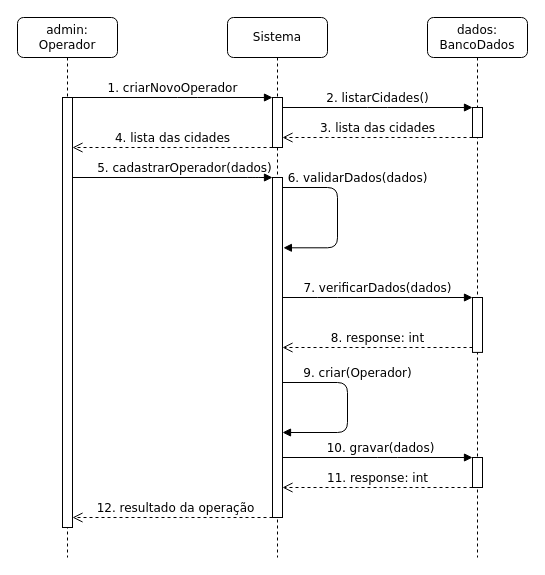
LuizGustavoNascimeto/draw.io keeps this draw.io diagram as page "Consultar Histórico Gestante" (2 of 6) of diagrama de sequencia do sistema.drawio. Above is the earlier version. Source tidied: cells renumbered, new cells numbered last; positions are measured from the earlier drawing's top-left corner, leaving out a move shared by most shapes. Both pictures are drawn from the tidied source at 100%, with x=0, y=0 at pixel (17, 17).
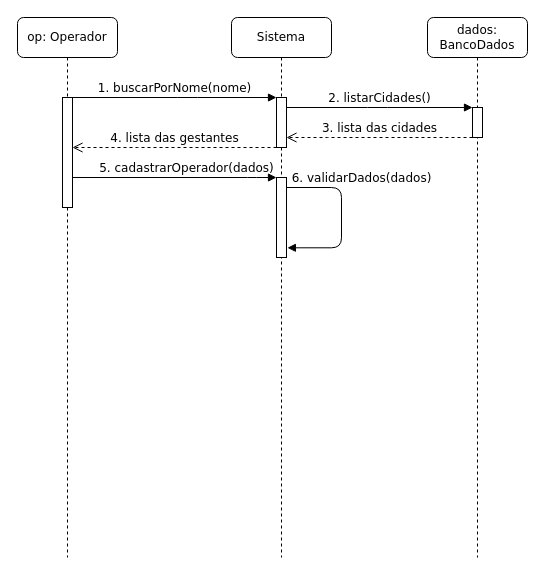
After the change.

The change refers to these unchanged cells:
```xml
<mxCell id="7" style="html=1;points=[];perimeter=orthogonalPerimeter;rounded=0;shadow=0;comic=0;labelBackgroundColor=none;strokeWidth=1;fontFamily=Verdana;fontSize=12;align=center;" parent="6" vertex="1">
  <mxGeometry x="45" y="80" width="10" height="50" as="geometry" />
</mxCell>
<mxCell id="12" value="dados: BancoDados" style="shape=umlLifeline;perimeter=lifelinePerimeter;whiteSpace=wrap;html=1;rounded=1;shadow=0;comic=0;labelBackgroundColor=none;strokeWidth=1;fontFamily=Verdana;fontSize=12;align=center;" parent="1" vertex="1">
  <mxGeometry x="410" width="100" height="540" as="geometry" />
</mxCell>
```

The edit, as a diff of the source:
```diff
@@
-    <mxCell id="3" value="admin: Operador" style="shape=umlLifeline;perimeter=lifelinePerimeter;whiteSpace=wrap;html=1;rounded=1;shadow=0;comic=0;labelBackgroundColor=none;strokeWidth=1;fontFamily=Verdana;fontSize=12;align=center;" parent="1" vertex="1">
+    <mxCell id="3" value="op: Operador" style="shape=umlLifeline;perimeter=lifelinePerimeter;whiteSpace=wrap;html=1;rounded=1;shadow=0;comic=0;labelBackgroundColor=none;strokeWidth=1;fontFamily=Verdana;fontSize=12;align=center;" parent="1" vertex="1">
       <mxGeometry width="100" height="540" as="geometry" />
     </mxCell>
     <mxCell id="4" style="html=1;points=[];perimeter=orthogonalPerimeter;rounded=0;shadow=0;comic=0;labelBackgroundColor=none;strokeWidth=1;fontFamily=Verdana;fontSize=12;align=center;" parent="3" vertex="1">
-      <mxGeometry x="45" y="80" width="10" height="430" as="geometry" />
+      <mxGeometry x="45" y="80" width="10" height="110" as="geometry" />
     </mxCell>
-    <mxCell id="5" value="&lt;div&gt;1. criarNovoOperador&lt;/div&gt;" style="html=1;verticalAlign=bottom;endArrow=block;labelBackgroundColor=none;fontFamily=Verdana;fontSize=12;edgeStyle=elbowEdgeStyle;elbow=vertical;" parent="1" edge="1" source="4" target="7">
+    <mxCell id="5" value="&lt;div&gt;1. buscarPorNome(nome)&lt;br&gt;&lt;/div&gt;" style="html=1;verticalAlign=bottom;endArrow=block;labelBackgroundColor=none;fontFamily=Verdana;fontSize=12;edgeStyle=elbowEdgeStyle;elbow=vertical;" parent="1" edge="1" source="4" target="7">
       <mxGeometry relative="1" as="geometry">
         <Array as="points">
           <mxPoint x="170" y="80" />
         </Array>
       </mxGeometry>
     </mxCell>
     <mxCell id="6" value="Sistema" style="shape=umlLifeline;perimeter=lifelinePerimeter;whiteSpace=wrap;html=1;rounded=1;shadow=0;comic=0;labelBackgroundColor=none;strokeWidth=1;fontFamily=Verdana;fontSize=12;align=center;" parent="1" vertex="1">
-      <mxGeometry x="210" width="100" height="540" as="geometry" />
+      <mxGeometry x="214" width="100" height="540" as="geometry" />
     </mxCell>
@@
     <mxCell id="8" style="html=1;points=[];perimeter=orthogonalPerimeter;rounded=0;shadow=0;comic=0;labelBackgroundColor=none;strokeWidth=1;fontFamily=Verdana;fontSize=12;align=center;" parent="6" vertex="1">
-      <mxGeometry x="45" y="160" width="10" height="340" as="geometry" />
+      <mxGeometry x="45" y="160" width="10" height="80" as="geometry" />
     </mxCell>
@@
-    <mxCell id="10" value="9. criar(Operador)" style="html=1;verticalAlign=bottom;endArrow=block;labelBackgroundColor=none;fontFamily=Verdana;fontSize=12;edgeStyle=elbowEdgeStyle;elbow=horizontal;" parent="6" edge="1">
-      <mxGeometry x="-0.28" y="10" relative="1" as="geometry">
-        <mxPoint x="55" y="365" as="sourcePoint" />
-        <mxPoint x="55" y="415" as="targetPoint" />
-        <Array as="points">
-          <mxPoint x="120" y="370" />
-        </Array>
-      </mxGeometry>
-    </mxCell>
-    <mxCell id="11" value="8. response: int" style="html=1;verticalAlign=bottom;endArrow=open;dashed=1;endSize=8;labelBackgroundColor=none;fontFamily=Verdana;fontSize=12;edgeStyle=elbowEdgeStyle;elbow=horizontal;" parent="1" edge="1" source="13" target="8">
-      <mxGeometry relative="1" as="geometry">
-        <Array as="points">
-          <mxPoint x="340" y="330" />
-        </Array>
-      </mxGeometry>
-    </mxCell>
@@
-    <mxCell id="13" style="html=1;points=[];perimeter=orthogonalPerimeter;rounded=0;shadow=0;comic=0;labelBackgroundColor=none;strokeWidth=1;fontFamily=Verdana;fontSize=12;align=center;" parent="12" vertex="1">
-      <mxGeometry x="45" y="280" width="10" height="54.9" as="geometry" />
-    </mxCell>
-    <mxCell id="14" style="html=1;points=[];perimeter=orthogonalPerimeter;rounded=0;shadow=0;comic=0;labelBackgroundColor=none;strokeWidth=1;fontFamily=Verdana;fontSize=12;align=center;" parent="12" vertex="1">
-      <mxGeometry x="45" y="440" width="10" height="30" as="geometry" />
-    </mxCell>
@@
-    <mxCell id="16" value="7. verificarDados(dados)" style="html=1;verticalAlign=bottom;endArrow=block;labelBackgroundColor=none;fontFamily=Verdana;fontSize=12;edgeStyle=elbowEdgeStyle;elbow=horizontal;" parent="1" edge="1" source="8" target="13">
-      <mxGeometry relative="1" as="geometry">
-        <Array as="points">
-          <mxPoint x="310" y="280" />
-        </Array>
-      </mxGeometry>
-    </mxCell>
-    <mxCell id="17" value="12. resultado da operação" style="html=1;verticalAlign=bottom;endArrow=open;dashed=1;endSize=8;labelBackgroundColor=none;fontFamily=Verdana;fontSize=12;edgeStyle=elbowEdgeStyle;elbow=vertical;" parent="1" edge="1" source="8" target="4">
-      <mxGeometry x="-0.03" relative="1" as="geometry">
-        <Array as="points">
-          <mxPoint x="160" y="500" />
-        </Array>
-      </mxGeometry>
-    </mxCell>
@@
-    <mxCell id="19" value="10. gravar(dados)" style="html=1;verticalAlign=bottom;endArrow=block;labelBackgroundColor=none;fontFamily=Verdana;fontSize=12;edgeStyle=elbowEdgeStyle;elbow=vertical;" parent="1" edge="1" source="8" target="14">
-      <mxGeometry x="0.03" relative="1" as="geometry">
-        <Array as="points">
-          <mxPoint x="370" y="440" />
-        </Array>
-      </mxGeometry>
-    </mxCell>
@@
-    <mxCell id="21" value="11. response: int" style="html=1;verticalAlign=bottom;endArrow=open;dashed=1;endSize=8;labelBackgroundColor=none;fontFamily=Verdana;fontSize=12;edgeStyle=elbowEdgeStyle;elbow=vertical;" parent="1" edge="1" source="14" target="8">
-      <mxGeometry relative="1" as="geometry">
-        <Array as="points">
-          <mxPoint x="350" y="470" />
-        </Array>
-      </mxGeometry>
-    </mxCell>
-    <mxCell id="22" value="4. lista das cidades" style="html=1;verticalAlign=bottom;endArrow=open;dashed=1;endSize=8;labelBackgroundColor=none;fontFamily=Verdana;fontSize=12;edgeStyle=elbowEdgeStyle;elbow=vertical;" parent="1" edge="1" source="7" target="4">
+    <mxCell id="22" value="4. lista das gestantes" style="html=1;verticalAlign=bottom;endArrow=open;dashed=1;endSize=8;labelBackgroundColor=none;fontFamily=Verdana;fontSize=12;edgeStyle=elbowEdgeStyle;elbow=vertical;" parent="1" edge="1" source="7" target="4">
       <mxGeometry relative="1" as="geometry">
         <Array as="points">
           <mxPoint x="110" y="130" />
         </Array>
       </mxGeometry>
     </mxCell>
```
